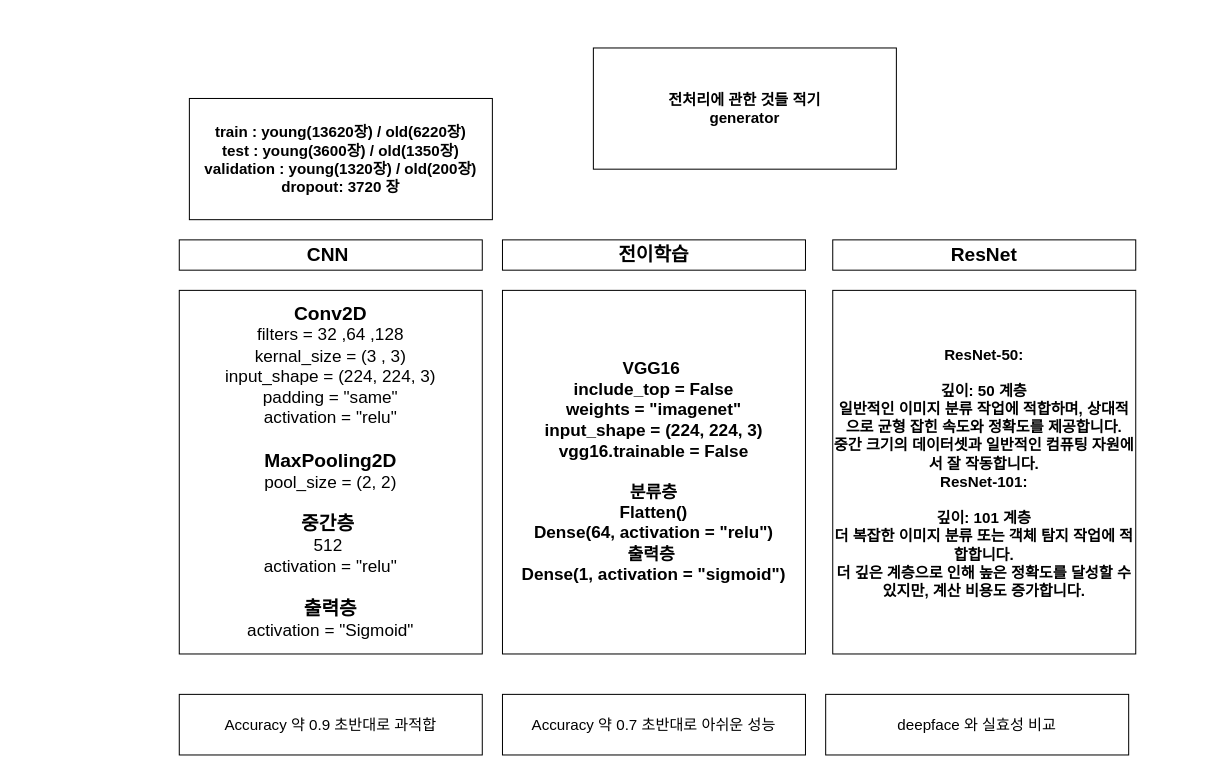
Earlier version of the draw.io diagram 산출문서/딥러닝 학습.drawio (2023-AISCHOOL-APP/BBMR). Source tidied: cells renumbered, new cells numbered last; positions are measured from the earlier drawing's top-left corner, leaving out a move shared by most shapes. Both pictures are drawn from the tidied source at 101%, with x=0, y=0 at pixel (179, 47).
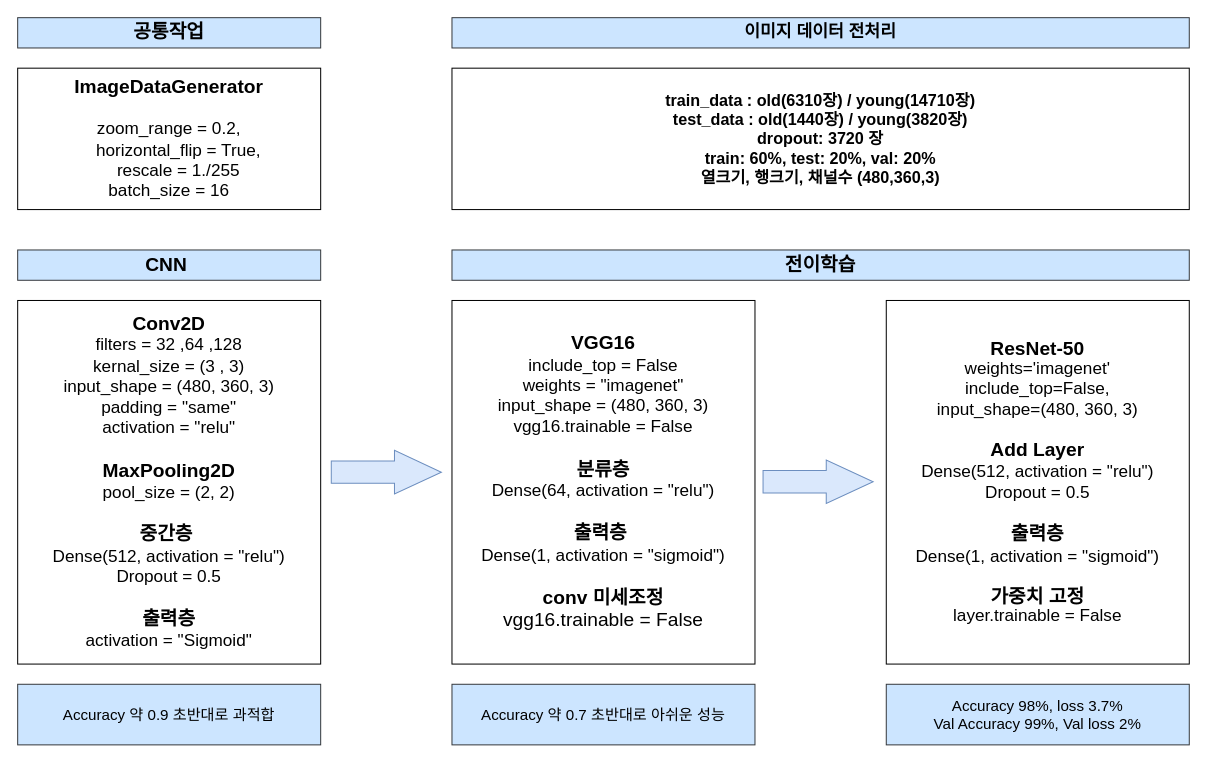
Above is the later version.

The edit, as a diff of the source:
```diff
@@
 <mxGraphModel>
   <root>
     <mxCell id="0" />
     <mxCell id="1" parent="0" />
-    <mxCell id="2" value="CNN&amp;nbsp;" style="rounded=0;whiteSpace=wrap;html=1;fontSize=19;fontStyle=1;" parent="1" vertex="1">
-      <mxGeometry y="190" width="300" height="30" as="geometry" />
-    </mxCell>
+    <mxCell id="13" value="&lt;font style=&quot;border-color: var(--border-color);&quot;&gt;&lt;font style=&quot;border-color: var(--border-color);&quot;&gt;&lt;b&gt;&lt;font style=&quot;font-size: 19px;&quot;&gt;ImageDataGenerator&lt;/font&gt;&lt;/b&gt;&lt;br style=&quot;border-color: var(--border-color);&quot;&gt;&lt;/font&gt;&lt;br style=&quot;border-color: var(--border-color);&quot;&gt;&lt;/font&gt;zoom_range = 0.2,&lt;div&gt;&amp;nbsp; &amp;nbsp; horizontal_flip = True,&lt;/div&gt;&lt;div&gt;&amp;nbsp; &amp;nbsp; rescale = 1./255&lt;/div&gt;&lt;div&gt;batch_size = 16&lt;/div&gt;" style="rounded=0;whiteSpace=wrap;html=1;fontSize=17;" parent="1" vertex="1">
+      <mxGeometry x="-160" y="20" width="300" height="140" as="geometry" />
+    </mxCell>
+    <mxCell id="14" value="공통작업" style="rounded=0;whiteSpace=wrap;html=1;fontSize=19;fontStyle=1;fillColor=#cce5ff;strokeColor=#36393d;" parent="1" vertex="1">
+      <mxGeometry x="-160" y="-30" width="300" height="30" as="geometry" />
+    </mxCell>
+    <mxCell id="15" style="shape=flexArrow;endArrow=classic;html=1;rounded=0;width=22.142857142857146;endSize=15.142857142857144;fillColor=#dae8fc;strokeColor=#6c8ebf;" parent="1" edge="1">
+      <mxGeometry relative="1" as="geometry">
+        <mxPoint x="150" y="420" as="sourcePoint" />
+        <mxPoint x="260" y="420" as="targetPoint" />
+      </mxGeometry>
+    </mxCell>
-    <mxCell id="3" value="train : young(13620장) / old(6220장)&lt;br style=&quot;font-size: 15px;&quot;&gt;test : young(3600장) / old(1350장)&lt;br style=&quot;font-size: 15px;&quot;&gt;validation : young(1320장) / old(200장)&lt;br style=&quot;font-size: 15px;&quot;&gt;dropout: 3720 장" style="rounded=0;whiteSpace=wrap;html=1;fontSize=15;fontStyle=1;" parent="1" vertex="1">
-      <mxGeometry x="10" y="50" width="300" height="120" as="geometry" />
+    <mxCell id="3" value="&lt;font style=&quot;font-size: 16px;&quot;&gt;train_data : old(6310장) / young(14710장)&lt;br&gt;test_data : old(1440장) / young(3820장)&lt;br style=&quot;&quot;&gt;dropout: 3720 장&lt;br&gt;train: 60%, test: 20%, val: 20%&lt;br&gt;&lt;font style=&quot;font-size: 16px;&quot;&gt;열크기, 행크기, 채널수&amp;nbsp;(480,360,3)&lt;/font&gt;&lt;/font&gt;" style="rounded=0;whiteSpace=wrap;html=1;fontSize=15;fontStyle=1;" parent="1" vertex="1">
+      <mxGeometry x="270" y="20" width="730" height="140" as="geometry" />
     </mxCell>
-    <mxCell id="4" value="&lt;b style=&quot;&quot;&gt;&lt;font style=&quot;font-size: 19px;&quot;&gt;Conv2D&lt;/font&gt;&lt;/b&gt;&lt;br style=&quot;font-size: 17px;&quot;&gt;filters = 32 ,64 ,128&lt;br style=&quot;font-size: 17px;&quot;&gt;kernal_size = (3 , 3)&lt;br style=&quot;font-size: 17px;&quot;&gt;input_shape = (224, 224, 3)&lt;br style=&quot;font-size: 17px;&quot;&gt;padding = &quot;same&quot;&lt;br style=&quot;font-size: 17px;&quot;&gt;activation = &quot;relu&quot;&lt;br style=&quot;font-size: 17px;&quot;&gt;&lt;br style=&quot;font-size: 17px;&quot;&gt;&lt;b style=&quot;&quot;&gt;&lt;font style=&quot;font-size: 19px;&quot;&gt;MaxPooling2D&lt;/font&gt;&lt;/b&gt;&lt;br style=&quot;font-size: 17px;&quot;&gt;pool_size = (2, 2)&lt;br style=&quot;font-size: 17px;&quot;&gt;&lt;br style=&quot;font-size: 17px;&quot;&gt;&lt;b style=&quot;&quot;&gt;&lt;font style=&quot;font-size: 19px;&quot;&gt;중간층&amp;nbsp;&lt;/font&gt;&lt;/b&gt;&lt;br style=&quot;font-size: 17px;&quot;&gt;512&amp;nbsp;&lt;br style=&quot;font-size: 17px;&quot;&gt;activation = &quot;relu&quot;&lt;br style=&quot;font-size: 17px;&quot;&gt;&lt;br style=&quot;font-size: 17px;&quot;&gt;&lt;b style=&quot;&quot;&gt;&lt;font style=&quot;font-size: 19px;&quot;&gt;출력층&lt;/font&gt;&lt;/b&gt;&lt;br style=&quot;font-size: 17px;&quot;&gt;activation = &quot;Sigmoid&quot;" style="rounded=0;whiteSpace=wrap;html=1;fontSize=17;" parent="1" vertex="1">
-      <mxGeometry y="240" width="300" height="360" as="geometry" />
-    </mxCell>
-    <mxCell id="5" value="&lt;font style=&quot;font-size: 17px;&quot;&gt;&lt;b style=&quot;font-size: 17px;&quot;&gt;VGG16&amp;nbsp;&lt;br style=&quot;font-size: 17px;&quot;&gt;include_top = False&lt;br style=&quot;font-size: 17px;&quot;&gt;weights = &quot;imagenet&quot;&lt;br style=&quot;font-size: 17px;&quot;&gt;input_shape = (224, 224, 3)&lt;br style=&quot;font-size: 17px;&quot;&gt;vgg16.trainable = False&lt;br style=&quot;font-size: 17px;&quot;&gt;&lt;br style=&quot;font-size: 17px;&quot;&gt;&lt;/b&gt;&lt;b style=&quot;border-color: var(--border-color); font-size: 17px;&quot;&gt;분류층&lt;/b&gt;&lt;/font&gt;&lt;b style=&quot;font-size: 17px;&quot;&gt;&lt;font style=&quot;font-size: 17px;&quot;&gt;&lt;br style=&quot;font-size: 17px;&quot;&gt;Flatten()&lt;br style=&quot;font-size: 17px;&quot;&gt;Dense(64, activation = &quot;relu&quot;)&lt;br style=&quot;font-size: 17px;&quot;&gt;출력층&amp;nbsp;&lt;br style=&quot;font-size: 17px;&quot;&gt;Dense(1, activation = &quot;sigmoid&quot;)&lt;/font&gt;&lt;br style=&quot;font-size: 17px;&quot;&gt;&lt;/b&gt;" style="rounded=0;whiteSpace=wrap;html=1;fontSize=17;" parent="1" vertex="1">
-      <mxGeometry x="320" y="240" width="300" height="360" as="geometry" />
-    </mxCell>
+    <mxCell id="8" value="&lt;font style=&quot;font-size: 17px;&quot;&gt;이미지 데이터 전처리&lt;br&gt;&lt;/font&gt;" style="rounded=0;whiteSpace=wrap;html=1;fontSize=15;fontStyle=1;verticalAlign=middle;fillColor=#cce5ff;strokeColor=#36393d;" parent="1" vertex="1">
+      <mxGeometry x="270" y="-30" width="730" height="30" as="geometry" />
+    </mxCell>
-    <mxCell id="6" value="&lt;div style=&quot;&quot;&gt;&lt;b&gt;ResNet-50:&lt;/b&gt;&lt;/div&gt;&lt;div style=&quot;&quot;&gt;&lt;b&gt;&lt;br&gt;&lt;/b&gt;&lt;/div&gt;&lt;div style=&quot;&quot;&gt;&lt;b&gt;깊이: 50 계층&lt;/b&gt;&lt;/div&gt;&lt;div style=&quot;&quot;&gt;&lt;b&gt;일반적인 이미지 분류 작업에 적합하며, 상대적으로 균형 잡힌 속도와 정확도를 제공합니다.&lt;/b&gt;&lt;/div&gt;&lt;div style=&quot;&quot;&gt;&lt;b&gt;중간 크기의 데이터셋과 일반적인 컴퓨팅 자원에서 잘 작동합니다.&lt;/b&gt;&lt;/div&gt;&lt;div style=&quot;&quot;&gt;&lt;b&gt;ResNet-101:&lt;/b&gt;&lt;/div&gt;&lt;div style=&quot;&quot;&gt;&lt;b&gt;&lt;br&gt;&lt;/b&gt;&lt;/div&gt;&lt;div style=&quot;&quot;&gt;&lt;b&gt;깊이: 101 계층&lt;/b&gt;&lt;/div&gt;&lt;div style=&quot;&quot;&gt;&lt;b&gt;더 복잡한 이미지 분류 또는 객체 탐지 작업에 적합합니다.&lt;/b&gt;&lt;/div&gt;&lt;div style=&quot;&quot;&gt;&lt;b&gt;더 깊은 계층으로 인해 높은 정확도를 달성할 수 있지만, 계산 비용도 증가합니다.&lt;/b&gt;&lt;/div&gt;" style="rounded=0;whiteSpace=wrap;html=1;fontSize=15;" parent="1" vertex="1">
-      <mxGeometry x="647" y="240" width="300" height="360" as="geometry" />
+    <mxCell id="6" value="&lt;div style=&quot;line-height: 120%;&quot;&gt;&lt;b&gt;&lt;font style=&quot;font-size: 19px;&quot;&gt;ResNet-50&lt;/font&gt;&lt;/b&gt;&lt;/div&gt;&lt;div style=&quot;line-height: 120%; font-size: 17px;&quot;&gt;&lt;font style=&quot;font-size: 17px;&quot;&gt;weights='imagenet'&lt;/font&gt;&lt;/div&gt;&lt;div style=&quot;line-height: 120%; font-size: 17px;&quot;&gt;&lt;font style=&quot;font-size: 17px;&quot;&gt;include_top=False,&lt;/font&gt;&lt;/div&gt;&lt;div style=&quot;line-height: 120%; font-size: 17px;&quot;&gt;&lt;font style=&quot;font-size: 17px;&quot;&gt;input_shape=(480, 360, 3)&lt;/font&gt;&lt;br&gt;&lt;/div&gt;&lt;div style=&quot;line-height: 120%;&quot;&gt;&lt;br&gt;&lt;/div&gt;&lt;div style=&quot;font-size: 19px; line-height: 120%;&quot;&gt;&lt;b&gt;Add Layer&lt;/b&gt;&lt;/div&gt;&lt;div style=&quot;font-size: 17px; line-height: 120%;&quot;&gt;Dense(512, activation = &quot;relu&quot;)&lt;br style=&quot;border-color: var(--border-color);&quot;&gt;Dropout = 0.5&lt;br&gt;&lt;/div&gt;&lt;div style=&quot;font-size: 17px; line-height: 120%;&quot;&gt;&lt;br&gt;&lt;/div&gt;&lt;b style=&quot;border-color: var(--border-color); font-size: 17px;&quot;&gt;&lt;font style=&quot;border-color: var(--border-color); font-size: 19px;&quot;&gt;출력층&lt;/font&gt;&lt;/b&gt;&lt;div style=&quot;font-size: 17px; line-height: 120%;&quot;&gt;Dense(1, activation = &quot;sigmoid&quot;)&lt;br&gt;&lt;/div&gt;&lt;div style=&quot;font-size: 17px; line-height: 120%;&quot;&gt;&lt;br&gt;&lt;/div&gt;&lt;div style=&quot;line-height: 120%;&quot;&gt;&lt;b style=&quot;&quot;&gt;&lt;font style=&quot;font-size: 19px;&quot;&gt;가중치 &lt;/font&gt;&lt;font style=&quot;font-size: 19px;&quot;&gt;고정&lt;/font&gt;&lt;/b&gt;&lt;/div&gt;&lt;div style=&quot;line-height: 120%;&quot;&gt;&lt;font style=&quot;font-size: 17px;&quot;&gt;layer.trainable = False&lt;/font&gt;&lt;br&gt;&lt;/div&gt;" style="rounded=0;whiteSpace=wrap;html=1;fontSize=15;" parent="1" vertex="1">
+      <mxGeometry x="700" y="250" width="300" height="360" as="geometry" />
     </mxCell>
-    <mxCell id="7" value="Accuracy 약 0.9 초반대로 과적합" style="rounded=0;whiteSpace=wrap;html=1;fontSize=15;" parent="1" vertex="1">
-      <mxGeometry y="640" width="300" height="60" as="geometry" />
-    </mxCell>
-    <mxCell id="8" value="전처리에 관한 것들 적기&lt;br&gt;generator&lt;br&gt;" style="rounded=0;whiteSpace=wrap;html=1;fontSize=15;fontStyle=1;" parent="1" vertex="1">
-      <mxGeometry x="410" width="300" height="120" as="geometry" />
-    </mxCell>
-    <mxCell id="9" value="ResNet" style="rounded=0;whiteSpace=wrap;html=1;fontSize=19;fontStyle=1;" parent="1" vertex="1">
-      <mxGeometry x="647" y="190" width="300" height="30" as="geometry" />
-    </mxCell>
+    <mxCell id="12" value="Accuracy 98%, loss 3.7%&lt;br&gt;Val Accuracy 99%, Val loss 2%" style="rounded=0;whiteSpace=wrap;html=1;fontSize=15;fillColor=#cce5ff;strokeColor=#36393d;" parent="1" vertex="1">
+      <mxGeometry x="700" y="630" width="300" height="60" as="geometry" />
+    </mxCell>
-    <mxCell id="10" value="전이학습" style="rounded=0;whiteSpace=wrap;html=1;fontSize=19;fontStyle=1;" parent="1" vertex="1">
-      <mxGeometry x="320" y="190" width="300" height="30" as="geometry" />
+    <mxCell id="10" value="전이학습" style="rounded=0;whiteSpace=wrap;html=1;fontSize=19;fontStyle=1;fillColor=#cce5ff;strokeColor=#36393d;" parent="1" vertex="1">
+      <mxGeometry x="270" y="200" width="730" height="30" as="geometry" />
     </mxCell>
-    <mxCell id="11" value="Accuracy 약 0.7 초반대로 아쉬운 성능" style="rounded=0;whiteSpace=wrap;html=1;fontSize=15;" parent="1" vertex="1">
-      <mxGeometry x="320" y="640" width="300" height="60" as="geometry" />
+    <mxCell id="11" value="Accuracy 약 0.7 초반대로 아쉬운 성능" style="rounded=0;whiteSpace=wrap;html=1;fontSize=15;fillColor=#cce5ff;strokeColor=#36393d;" parent="1" vertex="1">
+      <mxGeometry x="270" y="630" width="300" height="60" as="geometry" />
     </mxCell>
-    <mxCell id="12" value="deepface 와 실효성 비교&lt;br&gt;" style="rounded=0;whiteSpace=wrap;html=1;fontSize=15;" parent="1" vertex="1">
-      <mxGeometry x="640" y="640" width="300" height="60" as="geometry" />
-    </mxCell>
+    <mxCell id="5" value="&lt;font style=&quot;&quot;&gt;&lt;font style=&quot;font-weight: bold; font-size: 19px;&quot;&gt;VGG16&lt;/font&gt;&lt;br style=&quot;font-size: 17px;&quot;&gt;include_top = False&lt;br style=&quot;font-size: 17px;&quot;&gt;weights = &quot;imagenet&quot;&lt;br style=&quot;font-size: 17px;&quot;&gt;input_shape = (480, 360, 3)&lt;br style=&quot;font-size: 17px;&quot;&gt;vgg16.trainable = False&lt;br style=&quot;font-size: 17px;&quot;&gt;&lt;br style=&quot;font-size: 17px;&quot;&gt;&lt;span style=&quot;border-color: var(--border-color);&quot;&gt;&lt;b style=&quot;&quot;&gt;&lt;font style=&quot;font-size: 19px;&quot;&gt;분류층&lt;/font&gt;&lt;/b&gt;&lt;/span&gt;&lt;/font&gt;&lt;font style=&quot;&quot;&gt;&lt;br style=&quot;font-size: 17px;&quot;&gt;Dense(64, activation = &quot;relu&quot;)&lt;br&gt;&lt;br style=&quot;font-size: 17px;&quot;&gt;&lt;b style=&quot;&quot;&gt;&lt;font style=&quot;font-size: 19px;&quot;&gt;출력층&amp;nbsp;&lt;/font&gt;&lt;/b&gt;&lt;br style=&quot;font-size: 17px;&quot;&gt;Dense(1, activation = &quot;sigmoid&quot;)&lt;br&gt;&lt;br&gt;&lt;/font&gt;&lt;span style=&quot;font-size: 19px;&quot;&gt;&lt;b&gt;conv 미세조정&lt;/b&gt;&lt;br&gt;vgg16.trainable = False&lt;br style=&quot;font-size: 17px;&quot;&gt;&lt;/span&gt;" style="rounded=0;whiteSpace=wrap;html=1;fontSize=17;" parent="1" vertex="1">
+      <mxGeometry x="270" y="250" width="300" height="360" as="geometry" />
+    </mxCell>
+    <mxCell id="16" style="shape=flexArrow;endArrow=classic;html=1;rounded=0;width=22.142857142857146;endSize=15.142857142857144;fillColor=#dae8fc;strokeColor=#6c8ebf;" parent="1" edge="1">
+      <mxGeometry relative="1" as="geometry">
+        <mxPoint x="577.5" y="429.5" as="sourcePoint" />
+        <mxPoint x="687.5" y="429.5" as="targetPoint" />
+      </mxGeometry>
+    </mxCell>
+    <mxCell id="7" value="Accuracy 약 0.9 초반대로 과적합" style="rounded=0;whiteSpace=wrap;html=1;fontSize=15;fillColor=#cce5ff;strokeColor=#36393d;" parent="1" vertex="1">
+      <mxGeometry x="-160" y="630" width="300" height="60" as="geometry" />
+    </mxCell>
+    <mxCell id="2" value="CNN&amp;nbsp;" style="rounded=0;whiteSpace=wrap;html=1;fontSize=19;fontStyle=1;fillColor=#cce5ff;strokeColor=#36393d;" parent="1" vertex="1">
+      <mxGeometry x="-160" y="200" width="300" height="30" as="geometry" />
+    </mxCell>
+    <mxCell id="4" value="&lt;b style=&quot;&quot;&gt;&lt;font style=&quot;font-size: 19px;&quot;&gt;Conv2D&lt;/font&gt;&lt;/b&gt;&lt;br style=&quot;font-size: 17px;&quot;&gt;filters = 32 ,64 ,128&lt;br style=&quot;font-size: 17px;&quot;&gt;kernal_size = (3 , 3)&lt;br style=&quot;font-size: 17px;&quot;&gt;input_shape = (480, 360, 3)&lt;br style=&quot;font-size: 17px;&quot;&gt;padding = &quot;same&quot;&lt;br style=&quot;font-size: 17px;&quot;&gt;activation = &quot;relu&quot;&lt;br style=&quot;font-size: 17px;&quot;&gt;&lt;br style=&quot;font-size: 17px;&quot;&gt;&lt;b style=&quot;&quot;&gt;&lt;font style=&quot;font-size: 19px;&quot;&gt;MaxPooling2D&lt;/font&gt;&lt;/b&gt;&lt;br style=&quot;font-size: 17px;&quot;&gt;pool_size = (2, 2)&lt;br style=&quot;font-size: 17px;&quot;&gt;&lt;br style=&quot;font-size: 17px;&quot;&gt;&lt;b style=&quot;&quot;&gt;&lt;font style=&quot;font-size: 19px;&quot;&gt;중간층&amp;nbsp;&lt;/font&gt;&lt;/b&gt;&lt;br style=&quot;font-size: 17px;&quot;&gt;Dense(512, activation = &quot;relu&quot;)&lt;br&gt;Dropout = 0.5&lt;br style=&quot;font-size: 17px;&quot;&gt;&lt;br style=&quot;font-size: 17px;&quot;&gt;&lt;b style=&quot;&quot;&gt;&lt;font style=&quot;font-size: 19px;&quot;&gt;출력층&lt;/font&gt;&lt;/b&gt;&lt;br style=&quot;font-size: 17px;&quot;&gt;activation = &quot;Sigmoid&quot;" style="rounded=0;whiteSpace=wrap;html=1;fontSize=17;" parent="1" vertex="1">
+      <mxGeometry x="-160" y="250" width="300" height="360" as="geometry" />
+    </mxCell>
   </root>
 </mxGraphModel>
```
